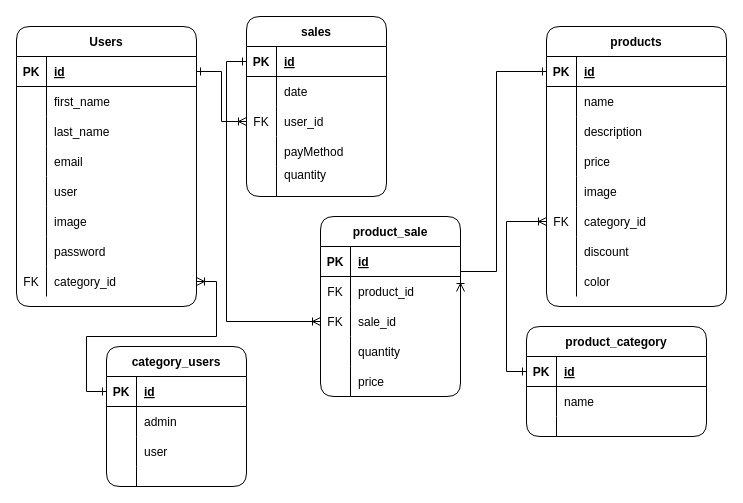
Earlier version of the draw.io diagram diagrama.drawio (0920CDFSNCN27ARED/grupo-03). Source tidied: cells renumbered, new cells numbered last; positions are measured from the earlier drawing's top-left corner, leaving out a move shared by most shapes. Both pictures are drawn from the tidied source at 100%, with x=0, y=0 at pixel (16, 16).
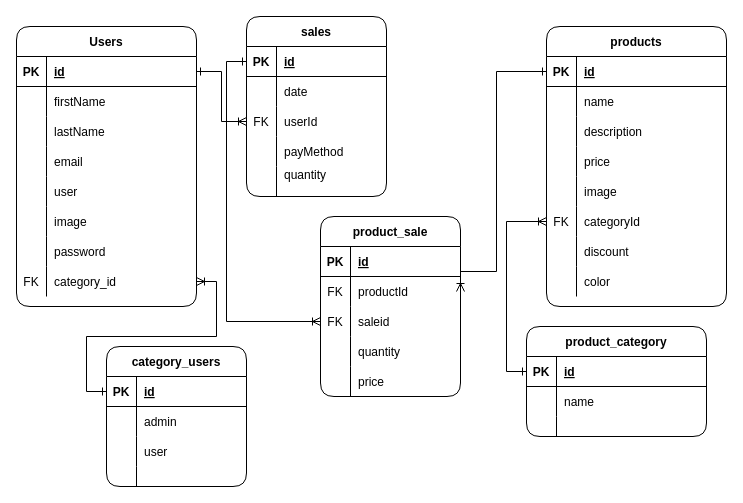
The same diagram, later.

Unchanged cells that the change refers to:
```xml
<mxCell id="19" style="shape=partialRectangle;fillColor=none;top=0;left=0;bottom=0;right=0;rounded=1;" parent="15" vertex="1">
  <mxGeometry y="60" width="180" height="30" as="geometry" />
</mxCell>
<mxCell id="22" style="shape=partialRectangle;fillColor=none;top=0;left=0;bottom=0;right=0;rounded=1;" parent="15" vertex="1">
  <mxGeometry y="90" width="180" height="30" as="geometry" />
</mxCell>
<mxCell id="56" style="shape=partialRectangle;fillColor=none;top=0;left=0;bottom=0;right=0;points=[[0,0.5],[1,0.5]];portConstraint=eastwest;rounded=1;" parent="40" vertex="1">
  <mxGeometry y="180" width="180" height="30" as="geometry" />
</mxCell>
<mxCell id="72" style="shape=partialRectangle;fillColor=none;top=0;left=0;bottom=0;right=0;points=[[0,0.5],[1,0.5]];portConstraint=eastwest;rounded=1;" parent="65" vertex="1">
  <mxGeometry y="90" width="140" height="30" as="geometry" />
</mxCell>
<mxCell id="85" style="shape=partialRectangle;fillColor=none;top=0;left=0;bottom=0;right=0;points=[[0,0.5],[1,0.5]];portConstraint=eastwest;rounded=1;" parent="81" vertex="1">
  <mxGeometry y="60" width="140" height="30" as="geometry" />
</mxCell>
<mxCell id="88" style="shape=partialRectangle;fillColor=none;top=0;left=0;bottom=0;right=0;points=[[0,0.5],[1,0.5]];portConstraint=eastwest;rounded=1;" parent="81" vertex="1">
  <mxGeometry y="90" width="140" height="30" as="geometry" />
</mxCell>
```

What changed in the source:
```diff
@@
-    <mxCell id="21" value="first_name" style="shape=partialRectangle;fillColor=none;top=0;left=0;bottom=0;right=0;align=left;spacingLeft=6;overflow=hidden;rounded=1;" parent="19" vertex="1">
+    <mxCell id="21" value="firstName" style="shape=partialRectangle;fillColor=none;top=0;left=0;bottom=0;right=0;align=left;spacingLeft=6;overflow=hidden;rounded=1;" parent="19" vertex="1">
       <mxGeometry x="30" width="150" height="30" as="geometry" />
     </mxCell>
@@
-    <mxCell id="24" value="last_name" style="shape=partialRectangle;fillColor=none;top=0;left=0;bottom=0;right=0;align=left;spacingLeft=6;overflow=hidden;rounded=1;" parent="22" vertex="1">
+    <mxCell id="24" value="lastName" style="shape=partialRectangle;fillColor=none;top=0;left=0;bottom=0;right=0;align=left;spacingLeft=6;overflow=hidden;rounded=1;" parent="22" vertex="1">
       <mxGeometry x="30" width="150" height="30" as="geometry" />
     </mxCell>
@@
-    <mxCell id="58" value="category_id" style="shape=partialRectangle;fillColor=none;top=0;left=0;bottom=0;right=0;align=left;spacingLeft=6;overflow=hidden;rounded=1;" parent="56" vertex="1">
+    <mxCell id="58" value="categoryId" style="shape=partialRectangle;fillColor=none;top=0;left=0;bottom=0;right=0;align=left;spacingLeft=6;overflow=hidden;rounded=1;" parent="56" vertex="1">
       <mxGeometry x="30" width="150" height="30" as="geometry" />
     </mxCell>
@@
-    <mxCell id="74" value="user_id" style="shape=partialRectangle;fillColor=none;top=0;left=0;bottom=0;right=0;align=left;spacingLeft=6;overflow=hidden;rounded=1;" parent="72" vertex="1">
+    <mxCell id="74" value="userId" style="shape=partialRectangle;fillColor=none;top=0;left=0;bottom=0;right=0;align=left;spacingLeft=6;overflow=hidden;rounded=1;" parent="72" vertex="1">
       <mxGeometry x="30" width="110" height="30" as="geometry" />
     </mxCell>
@@
-    <mxCell id="87" value="product_id" style="shape=partialRectangle;fillColor=none;top=0;left=0;bottom=0;right=0;align=left;spacingLeft=6;overflow=hidden;rounded=1;" parent="85" vertex="1">
+    <mxCell id="87" value="productId" style="shape=partialRectangle;fillColor=none;top=0;left=0;bottom=0;right=0;align=left;spacingLeft=6;overflow=hidden;rounded=1;" parent="85" vertex="1">
       <mxGeometry x="30" width="110" height="30" as="geometry" />
     </mxCell>
@@
-    <mxCell id="90" value="sale_id" style="shape=partialRectangle;fillColor=none;top=0;left=0;bottom=0;right=0;align=left;spacingLeft=6;overflow=hidden;rounded=1;" parent="88" vertex="1">
+    <mxCell id="90" value="saleid" style="shape=partialRectangle;fillColor=none;top=0;left=0;bottom=0;right=0;align=left;spacingLeft=6;overflow=hidden;rounded=1;" parent="88" vertex="1">
       <mxGeometry x="30" width="110" height="30" as="geometry" />
     </mxCell>
```
